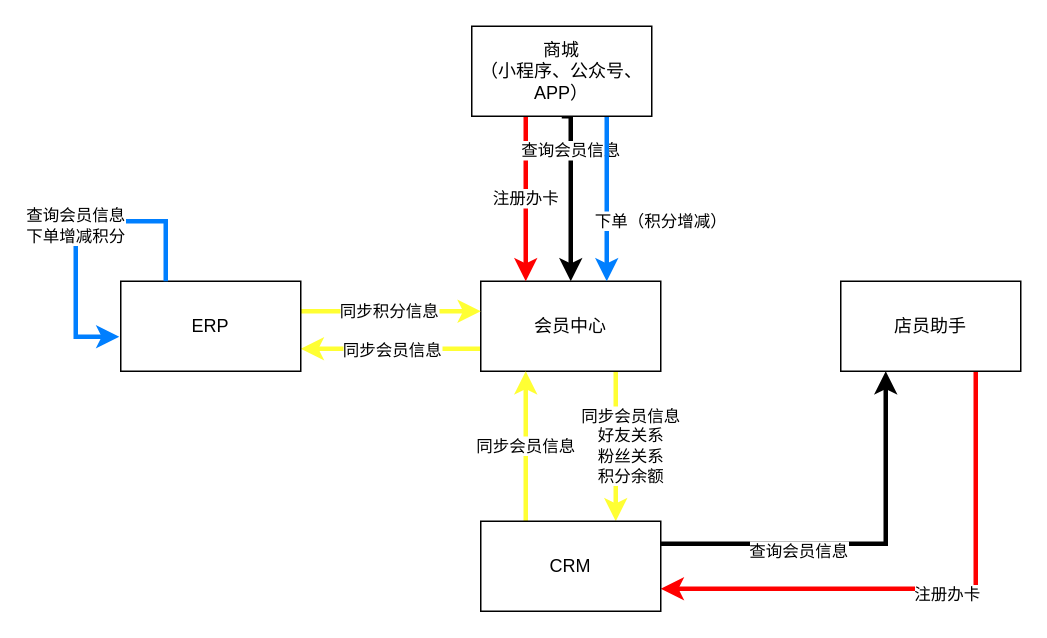
This is page "Page-1" (1 of 2) of Untitled Diagram.drawio from JustDoItHilary/HilarysTraining, a draw.io file, before an edit. Source tidied: cells renumbered, new cells numbered last; positions are measured from the earlier drawing's top-left corner, leaving out a move shared by most shapes. Both pictures are drawn from the tidied source at 150%, with x=0, y=0 at pixel (75, 26).
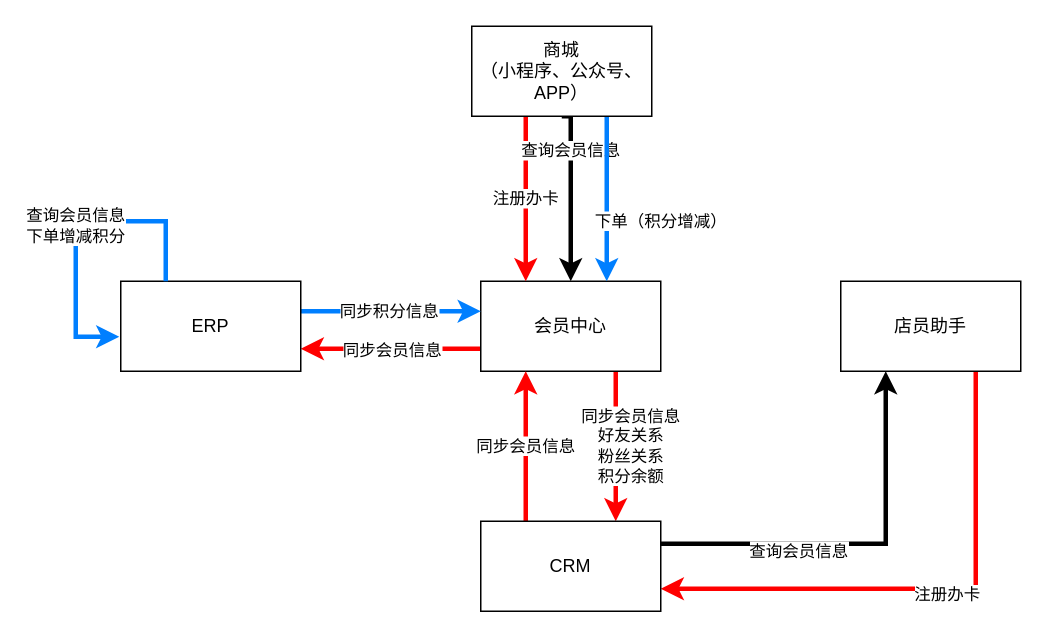
After the change.

The change refers to these unchanged cells:
```xml
<mxCell id="5" value="会员中心" style="rounded=0;whiteSpace=wrap;html=1;" parent="1" vertex="1">
  <mxGeometry x="270" y="170" width="120" height="60" as="geometry" />
</mxCell>
<mxCell id="12" value="ERP" style="rounded=0;whiteSpace=wrap;html=1;" parent="1" vertex="1">
  <mxGeometry x="30" y="170" width="120" height="60" as="geometry" />
</mxCell>
<mxCell id="19" value="CRM" style="rounded=0;whiteSpace=wrap;html=1;" parent="1" vertex="1">
  <mxGeometry x="270" y="330" width="120" height="60" as="geometry" />
</mxCell>
```

What changed in the source:
```diff
@@
-    <mxCell id="2" style="edgeStyle=orthogonalEdgeStyle;rounded=0;jettySize=auto;html=1;entryX=1;entryY=0.75;entryDx=0;entryDy=0;fillColor=#fff2cc;strokeColor=#FFFF33;strokeWidth=3;" parent="1" edge="1" source="5" target="12">
+    <mxCell id="2" style="edgeStyle=orthogonalEdgeStyle;rounded=0;jettySize=auto;html=1;entryX=1;entryY=0.75;entryDx=0;entryDy=0;fillColor=#fff2cc;strokeWidth=3;strokeColor=#FF0000;" parent="1" edge="1" source="5" target="12">
       <mxGeometry relative="1" as="geometry">
         <Array as="points">
           <mxPoint x="270" y="215" />
           <mxPoint x="270" y="215" />
         </Array>
       </mxGeometry>
     </mxCell>
@@
-    <mxCell id="4" value="同步会员信息&lt;br&gt;好友关系&lt;br&gt;粉丝关系&lt;br&gt;积分余额" style="edgeStyle=orthogonalEdgeStyle;rounded=0;jettySize=auto;html=1;exitX=0.75;exitY=1;exitDx=0;exitDy=0;entryX=0.75;entryY=0;entryDx=0;entryDy=0;fillColor=#fff2cc;strokeColor=#FFFF33;strokeWidth=3;" parent="1" edge="1" source="5" target="19">
+    <mxCell id="4" value="同步会员信息&lt;br&gt;好友关系&lt;br&gt;粉丝关系&lt;br&gt;积分余额" style="edgeStyle=orthogonalEdgeStyle;rounded=0;jettySize=auto;html=1;exitX=0.75;exitY=1;exitDx=0;exitDy=0;entryX=0.75;entryY=0;entryDx=0;entryDy=0;fillColor=#fff2cc;strokeWidth=3;strokeColor=#FF0000;" parent="1" edge="1" source="5" target="19">
       <mxGeometry y="10" relative="1" as="geometry" />
     </mxCell>
@@
-    <mxCell id="10" style="edgeStyle=orthogonalEdgeStyle;rounded=0;jettySize=auto;html=1;fillColor=#fff2cc;strokeColor=#FFFF33;strokeWidth=3;" parent="1" edge="1" source="12">
+    <mxCell id="10" style="edgeStyle=orthogonalEdgeStyle;rounded=0;jettySize=auto;html=1;fillColor=#fff2cc;strokeWidth=3;strokeColor=#007FFF;" parent="1" edge="1" source="12">
       <mxGeometry relative="1" as="geometry">
         <mxPoint x="270" y="190" as="targetPoint" />
         <Array as="points">
           <mxPoint x="180" y="190" />
           <mxPoint x="180" y="190" />
         </Array>
       </mxGeometry>
     </mxCell>
@@
-    <mxCell id="16" value="同步会员信息" style="edgeStyle=orthogonalEdgeStyle;rounded=0;jettySize=auto;html=1;fillColor=#fff2cc;strokeColor=#FFFF33;strokeWidth=3;" parent="1" edge="1" source="19" target="5">
+    <mxCell id="16" value="同步会员信息" style="edgeStyle=orthogonalEdgeStyle;rounded=0;jettySize=auto;html=1;fillColor=#fff2cc;strokeWidth=3;strokeColor=#FF0000;" parent="1" edge="1" source="19" target="5">
       <mxGeometry relative="1" as="geometry">
         <Array as="points">
           <mxPoint x="300" y="300" />
           <mxPoint x="300" y="300" />
         </Array>
       </mxGeometry>
     </mxCell>
```
